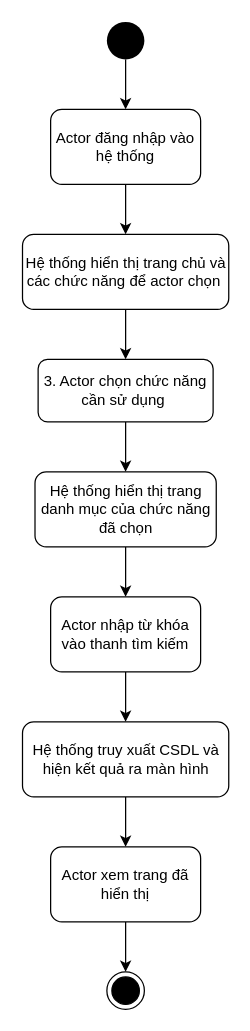
Before: Phân tích/Activity/Tìm Kiếm.drawio in CNPM-Team-1/CNPM, a draw.io diagram. Source tidied: cells renumbered, new cells numbered last; positions are measured from the earlier drawing's top-left corner, leaving out a move shared by most shapes. Both pictures are drawn from the tidied source at 125%, with x=0, y=0 at pixel (21, 21).
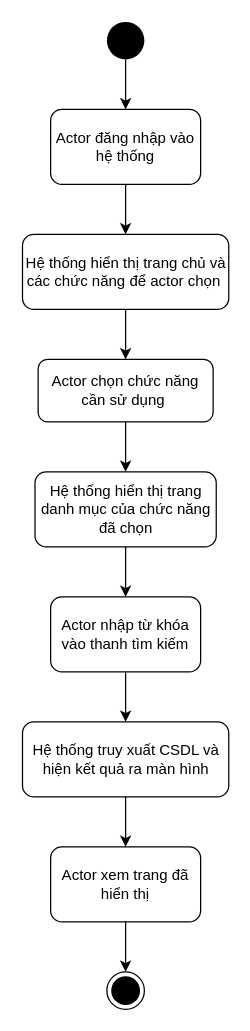
After the change.

Commit message (it also covers changes not shown here):
Update UseCase Format, Tạo UseCase Diagram, Activity Diagram

Diff of the diagram source:
```diff
@@
 <mxGraphModel>
   <root>
     <mxCell id="0" />
     <mxCell id="1" parent="0" />
     <mxCell id="2" style="ellipse;fillColor=#000000;strokeColor=none;" parent="1" vertex="1">
       <mxGeometry x="68" width="30" height="30" as="geometry" />
     </mxCell>
     <mxCell id="3" style="ellipse;html=1;shape=endState;fillColor=#000000;strokeColor=#000000;" parent="1" vertex="1">
       <mxGeometry x="68" y="760" width="30" height="30" as="geometry" />
     </mxCell>
     <mxCell id="4" value="Actor đăng nhập vào hệ thống" style="rounded=1;whiteSpace=wrap;html=1;" parent="1" vertex="1">
       <mxGeometry x="23" y="70" width="120" height="60" as="geometry" />
     </mxCell>
     <mxCell id="5" value="Hệ thống hiển thị trang chủ và các chức năng để actor chọn&amp;nbsp;" style="rounded=1;whiteSpace=wrap;html=1;" parent="1" vertex="1">
       <mxGeometry x="0.5" y="170" width="165" height="60" as="geometry" />
     </mxCell>
-    <mxCell id="6" value="3. Actor chọn chức năng cần sử dụng&amp;nbsp;" style="rounded=1;whiteSpace=wrap;html=1;" parent="1" vertex="1">
+    <mxCell id="6" value="Actor chọn chức năng cần sử dụng&amp;nbsp;" style="rounded=1;whiteSpace=wrap;html=1;" parent="1" vertex="1">
       <mxGeometry x="13" y="270" width="140" height="50" as="geometry" />
     </mxCell>
     <mxCell id="7" value="Hệ thống hiển thị trang danh mục của chức năng đã chọn" style="rounded=1;whiteSpace=wrap;html=1;" parent="1" vertex="1">
       <mxGeometry x="10.5" y="360" width="145" height="60" as="geometry" />
     </mxCell>
     <mxCell id="8" value="Actor nhập từ khóa vào thanh tìm kiếm" style="rounded=1;whiteSpace=wrap;html=1;" parent="1" vertex="1">
       <mxGeometry x="23" y="460" width="120" height="60" as="geometry" />
     </mxCell>
     <mxCell id="9" value="Hệ thống truy xuất CSDL và hiện kết quả ra màn hình" style="rounded=1;whiteSpace=wrap;html=1;" parent="1" vertex="1">
       <mxGeometry x="0.5" y="560" width="165" height="60" as="geometry" />
     </mxCell>
     <mxCell id="10" value="Actor xem trang đã hiển thị" style="rounded=1;whiteSpace=wrap;html=1;" parent="1" vertex="1">
       <mxGeometry x="23" y="660" width="120" height="60" as="geometry" />
     </mxCell>
     <mxCell id="11" style="endArrow=classic;html=1;exitX=0.5;exitY=1;exitDx=0;exitDy=0;entryX=0.5;entryY=0;entryDx=0;entryDy=0;" parent="1" edge="1" source="2" target="4">
       <mxGeometry relative="1" as="geometry" />
     </mxCell>
     <mxCell id="12" style="endArrow=classic;html=1;exitX=0.5;exitY=1;exitDx=0;exitDy=0;entryX=0.5;entryY=0;entryDx=0;entryDy=0;" parent="1" edge="1" source="4" target="5">
       <mxGeometry relative="1" as="geometry" />
     </mxCell>
     <mxCell id="13" style="endArrow=classic;html=1;entryX=0.5;entryY=0;entryDx=0;entryDy=0;exitX=0.5;exitY=1;exitDx=0;exitDy=0;" parent="1" edge="1" source="5" target="6">
       <mxGeometry relative="1" as="geometry" />
     </mxCell>
     <mxCell id="14" style="endArrow=classic;html=1;exitX=0.5;exitY=1;exitDx=0;exitDy=0;entryX=0.5;entryY=0;entryDx=0;entryDy=0;" parent="1" edge="1" source="6" target="7">
       <mxGeometry relative="1" as="geometry" />
     </mxCell>
     <mxCell id="15" style="endArrow=classic;html=1;entryX=0.5;entryY=0;entryDx=0;entryDy=0;exitX=0.5;exitY=1;exitDx=0;exitDy=0;" parent="1" edge="1" source="7" target="8">
       <mxGeometry relative="1" as="geometry" />
     </mxCell>
     <mxCell id="16" style="endArrow=classic;html=1;exitX=0.5;exitY=1;exitDx=0;exitDy=0;entryX=0.5;entryY=0;entryDx=0;entryDy=0;" parent="1" edge="1" source="8" target="9">
       <mxGeometry relative="1" as="geometry" />
     </mxCell>
     <mxCell id="17" style="endArrow=classic;html=1;entryX=0.5;entryY=0;entryDx=0;entryDy=0;exitX=0.5;exitY=1;exitDx=0;exitDy=0;" parent="1" edge="1" source="9" target="10">
       <mxGeometry relative="1" as="geometry" />
     </mxCell>
     <mxCell id="18" style="endArrow=classic;html=1;exitX=0.5;exitY=1;exitDx=0;exitDy=0;entryX=0.5;entryY=0;entryDx=0;entryDy=0;" parent="1" edge="1" source="10" target="3">
       <mxGeometry relative="1" as="geometry" />
     </mxCell>
   </root>
 </mxGraphModel>
```
